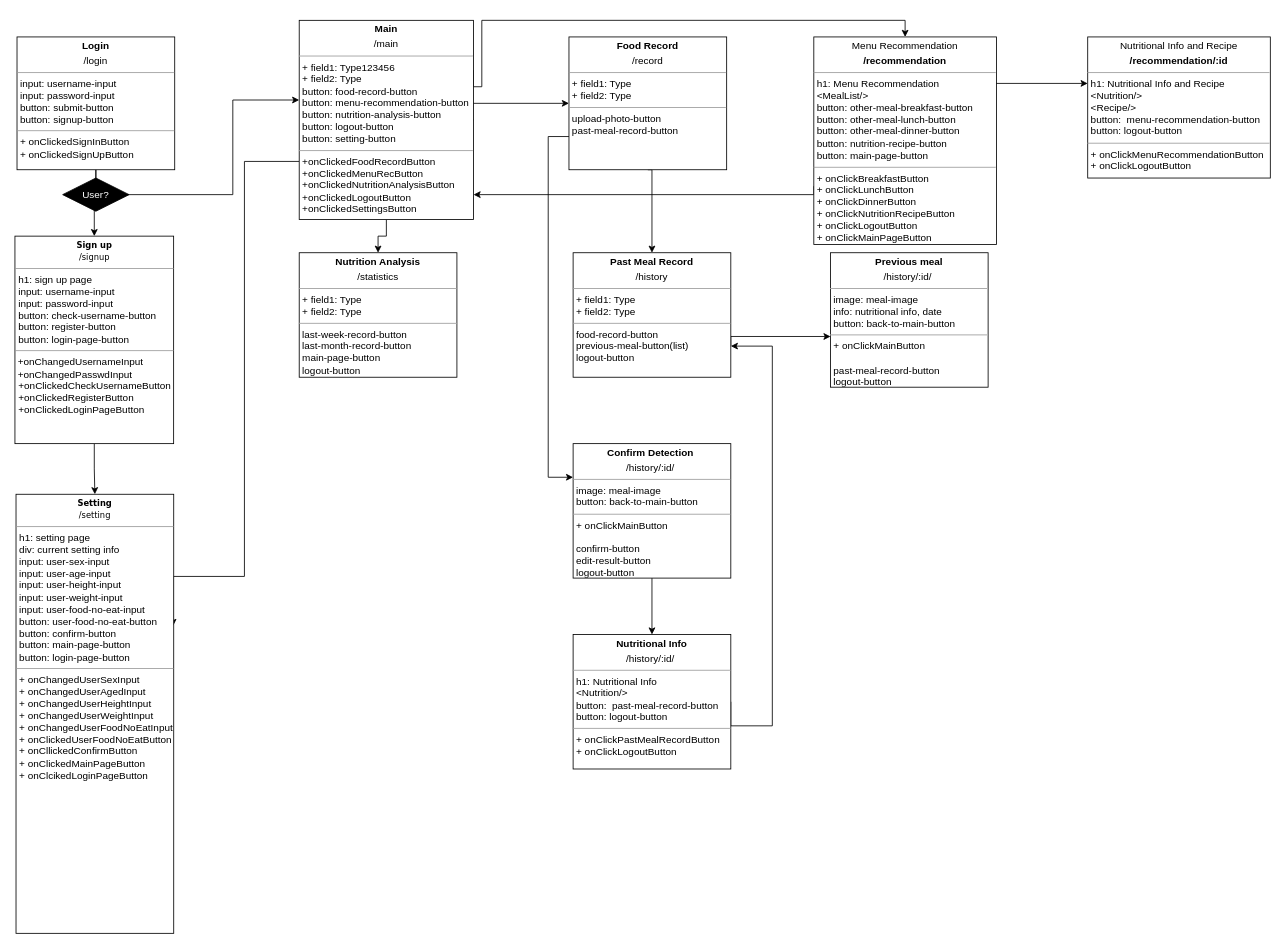
Above: Untitled Diagram.drawio in swsnu/swpp2021-team5 (draw.io), before the change. Source tidied: cells renumbered, new cells numbered last; positions are measured from the earlier drawing's top-left corner, leaving out a move shared by most shapes. Both pictures are drawn from the tidied source at 83%, with x=0, y=0 at pixel (15, 20).
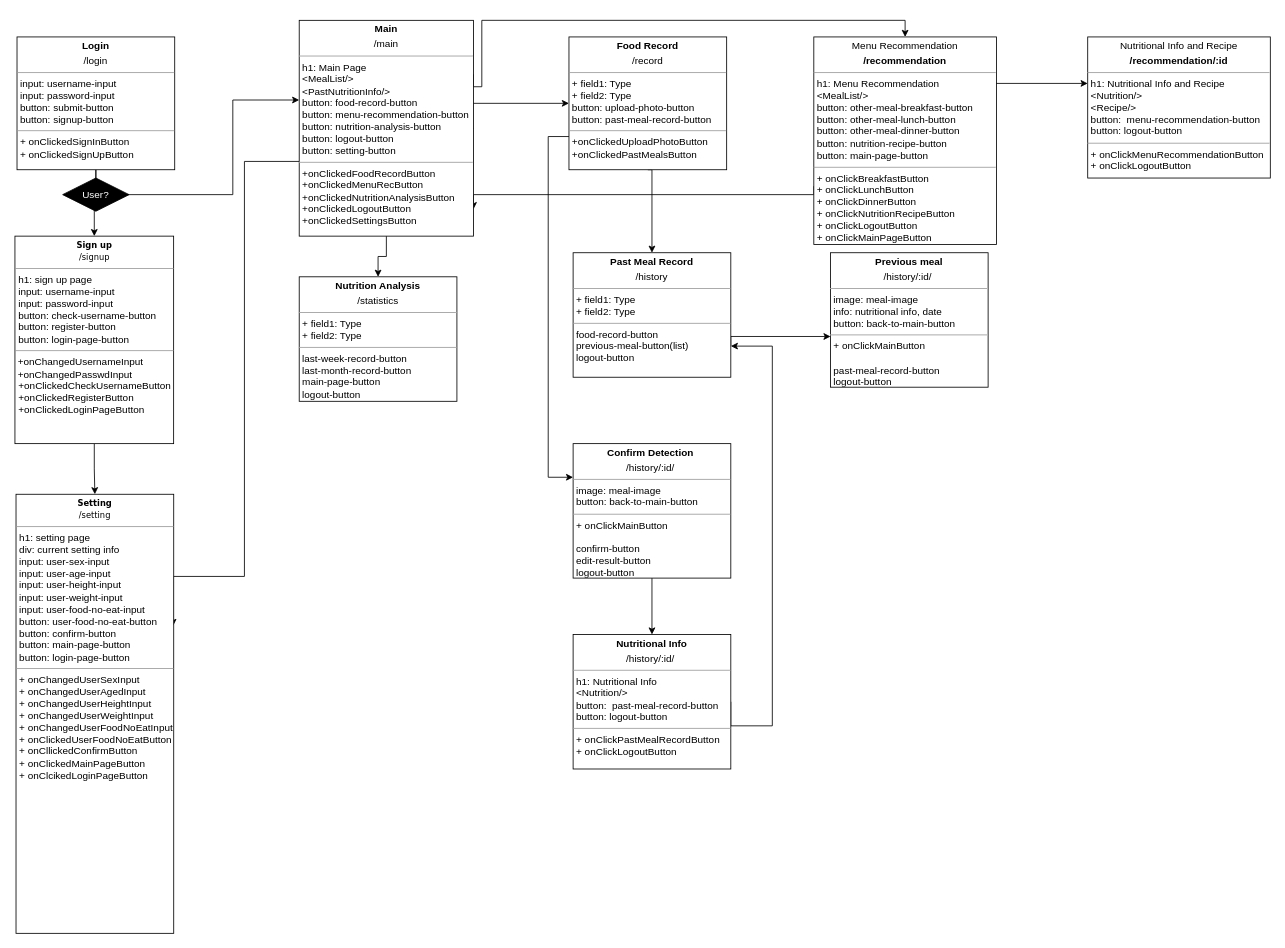
After the change.

What changed in the source:
```diff
@@
     <mxCell id="2" value="&lt;p style=&quot;margin: 0px ; margin-top: 4px ; text-align: center&quot;&gt;&lt;b&gt;Nutrition Analysis&lt;/b&gt;&lt;/p&gt;&lt;p style=&quot;margin: 0px ; margin-top: 4px ; text-align: center&quot;&gt;/statistics&lt;/p&gt;&lt;hr size=&quot;1&quot;&gt;&lt;p style=&quot;margin: 0px ; margin-left: 4px&quot;&gt;+ field1: Type&lt;br&gt;+ field2: Type&lt;/p&gt;&lt;hr size=&quot;1&quot;&gt;&lt;p style=&quot;margin: 0px ; margin-left: 4px&quot;&gt;last-week-record-button&lt;/p&gt;&lt;p style=&quot;margin: 0px ; margin-left: 4px&quot;&gt;last-month-record-button&lt;/p&gt;&lt;p style=&quot;margin: 0px ; margin-left: 4px&quot;&gt;main-page-button&lt;/p&gt;&lt;p style=&quot;margin: 0px ; margin-left: 4px&quot;&gt;logout-button&lt;/p&gt;" style="verticalAlign=top;align=left;overflow=fill;fontSize=12;fontFamily=Helvetica;html=1;rounded=0;shadow=0;comic=0;labelBackgroundColor=none;strokeWidth=1;" parent="1" vertex="1">
-      <mxGeometry x="342" y="280" width="190" height="150" as="geometry" />
+      <mxGeometry x="342" y="309" width="190" height="150" as="geometry" />
     </mxCell>
@@
-    <mxCell id="9" value="&lt;p style=&quot;margin: 0px ; margin-top: 4px ; text-align: center&quot;&gt;&lt;b&gt;Main&lt;/b&gt;&lt;/p&gt;&lt;p style=&quot;margin: 0px ; margin-top: 4px ; text-align: center&quot;&gt;/main&lt;/p&gt;&lt;hr size=&quot;1&quot;&gt;&lt;p style=&quot;margin: 0px ; margin-left: 4px&quot;&gt;+ field1: Type123456&lt;br&gt;+ field2: Type&lt;/p&gt;&lt;p style=&quot;margin: 0px 0px 0px 4px&quot;&gt;button: food-record-button&lt;/p&gt;&lt;p style=&quot;margin: 0px 0px 0px 4px&quot;&gt;button: menu-recommendation-button&lt;/p&gt;&lt;p style=&quot;margin: 0px 0px 0px 4px&quot;&gt;button: nutrition-analysis-button&lt;/p&gt;&lt;p style=&quot;margin: 0px 0px 0px 4px&quot;&gt;button: logout-button&lt;/p&gt;&lt;p style=&quot;margin: 0px 0px 0px 4px&quot;&gt;button: setting-button&lt;/p&gt;&lt;hr size=&quot;1&quot;&gt;&lt;p style=&quot;margin: 0px ; margin-left: 4px&quot;&gt;+onClickedFoodRecordButton&lt;/p&gt;&lt;p style=&quot;margin: 0px ; margin-left: 4px&quot;&gt;+onClickedMenuRecButton&lt;/p&gt;&lt;p style=&quot;margin: 0px ; margin-left: 4px&quot;&gt;+onClickedNutritionAnalysisButton&lt;/p&gt;&lt;p style=&quot;margin: 0px ; margin-left: 4px&quot;&gt;+onClickedLogoutButton&lt;/p&gt;&lt;p style=&quot;margin: 0px ; margin-left: 4px&quot;&gt;+onClickedSettingsButton&lt;/p&gt;" style="verticalAlign=top;align=left;overflow=fill;fontSize=12;fontFamily=Helvetica;html=1;rounded=0;shadow=0;comic=0;labelBackgroundColor=none;strokeWidth=1;" parent="1" vertex="1">
-      <mxGeometry x="342" width="210" height="240" as="geometry" />
+    <mxCell id="9" value="&lt;p style=&quot;margin: 0px ; margin-top: 4px ; text-align: center&quot;&gt;&lt;b&gt;Main&lt;/b&gt;&lt;/p&gt;&lt;p style=&quot;margin: 0px ; margin-top: 4px ; text-align: center&quot;&gt;/main&lt;/p&gt;&lt;hr size=&quot;1&quot;&gt;&lt;p style=&quot;margin: 0px ; margin-left: 4px&quot;&gt;h1: Main Page&lt;/p&gt;&lt;p style=&quot;margin: 0px ; margin-left: 4px&quot;&gt;&amp;lt;MealList/&amp;gt;&lt;/p&gt;&lt;p style=&quot;margin: 0px ; margin-left: 4px&quot;&gt;&amp;lt;PastNutritionInfo/&amp;gt;&lt;/p&gt;&lt;p style=&quot;margin: 0px 0px 0px 4px&quot;&gt;button: food-record-button&lt;/p&gt;&lt;p style=&quot;margin: 0px 0px 0px 4px&quot;&gt;button: menu-recommendation-button&lt;/p&gt;&lt;p style=&quot;margin: 0px 0px 0px 4px&quot;&gt;button: nutrition-analysis-button&lt;/p&gt;&lt;p style=&quot;margin: 0px 0px 0px 4px&quot;&gt;button: logout-button&lt;/p&gt;&lt;p style=&quot;margin: 0px 0px 0px 4px&quot;&gt;button: setting-button&lt;/p&gt;&lt;hr size=&quot;1&quot;&gt;&lt;p style=&quot;margin: 0px ; margin-left: 4px&quot;&gt;+onClickedFoodRecordButton&lt;/p&gt;&lt;p style=&quot;margin: 0px ; margin-left: 4px&quot;&gt;+onClickedMenuRecButton&lt;/p&gt;&lt;p style=&quot;margin: 0px ; margin-left: 4px&quot;&gt;+onClickedNutritionAnalysisButton&lt;/p&gt;&lt;p style=&quot;margin: 0px ; margin-left: 4px&quot;&gt;+onClickedLogoutButton&lt;/p&gt;&lt;p style=&quot;margin: 0px ; margin-left: 4px&quot;&gt;+onClickedSettingsButton&lt;/p&gt;" style="verticalAlign=top;align=left;overflow=fill;fontSize=12;fontFamily=Helvetica;html=1;rounded=0;shadow=0;comic=0;labelBackgroundColor=none;strokeWidth=1;" parent="1" vertex="1">
+      <mxGeometry x="342" width="210" height="260" as="geometry" />
     </mxCell>
@@
-    <mxCell id="16" value="&lt;p style=&quot;margin: 0px ; margin-top: 4px ; text-align: center&quot;&gt;&lt;b&gt;Food Record&lt;/b&gt;&lt;/p&gt;&lt;p style=&quot;margin: 0px ; margin-top: 4px ; text-align: center&quot;&gt;/record&lt;/p&gt;&lt;hr size=&quot;1&quot;&gt;&lt;p style=&quot;margin: 0px ; margin-left: 4px&quot;&gt;+ field1: Type&lt;br&gt;+ field2: Type&lt;/p&gt;&lt;hr size=&quot;1&quot;&gt;&lt;p style=&quot;margin: 0px ; margin-left: 4px&quot;&gt;upload-photo-button&lt;/p&gt;&lt;p style=&quot;margin: 0px ; margin-left: 4px&quot;&gt;past-meal-record-button&lt;br&gt;&lt;/p&gt;" style="verticalAlign=top;align=left;overflow=fill;fontSize=12;fontFamily=Helvetica;html=1;rounded=0;shadow=0;comic=0;labelBackgroundColor=none;strokeWidth=1;" parent="1" vertex="1">
+    <mxCell id="16" value="&lt;p style=&quot;margin: 0px ; margin-top: 4px ; text-align: center&quot;&gt;&lt;b&gt;Food Record&lt;/b&gt;&lt;/p&gt;&lt;p style=&quot;margin: 0px ; margin-top: 4px ; text-align: center&quot;&gt;/record&lt;/p&gt;&lt;hr size=&quot;1&quot;&gt;&lt;p style=&quot;margin: 0px ; margin-left: 4px&quot;&gt;+ field1: Type&lt;br&gt;+ field2: Type&lt;/p&gt;&lt;p style=&quot;margin: 0px 0px 0px 4px&quot;&gt;button: upload-photo-button&lt;/p&gt;&lt;p style=&quot;margin: 0px 0px 0px 4px&quot;&gt;button: past-meal-record-button&lt;/p&gt;&lt;hr size=&quot;1&quot;&gt;&lt;p style=&quot;margin: 0px ; margin-left: 4px&quot;&gt;+onClickedUploadPhotoButton&lt;/p&gt;&lt;p style=&quot;margin: 0px ; margin-left: 4px&quot;&gt;+onClickedPastMealsButton&lt;/p&gt;" style="verticalAlign=top;align=left;overflow=fill;fontSize=12;fontFamily=Helvetica;html=1;rounded=0;shadow=0;comic=0;labelBackgroundColor=none;strokeWidth=1;" parent="1" vertex="1">
       <mxGeometry x="667" y="20" width="190" height="160" as="geometry" />
     </mxCell>
```
